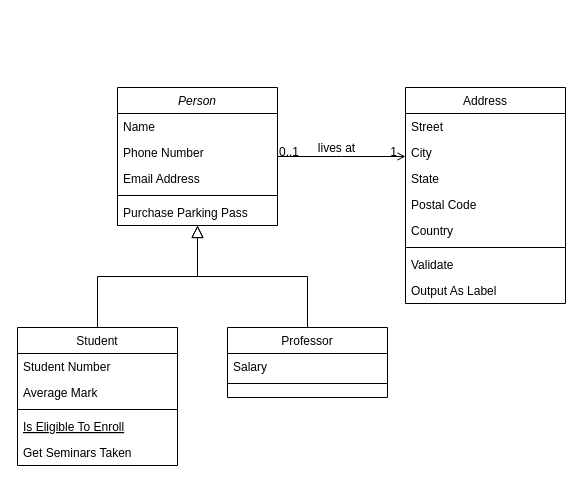
Above: Foodtown-be.drawio in hoangdv2429/foodtown-be (draw.io), before the change. Source tidied: cells renumbered, new cells numbered last; positions are measured from the earlier drawing's top-left corner, leaving out a move shared by most shapes. Both pictures are drawn from the tidied source at 100%, with x=0, y=0 at pixel (17, 87).
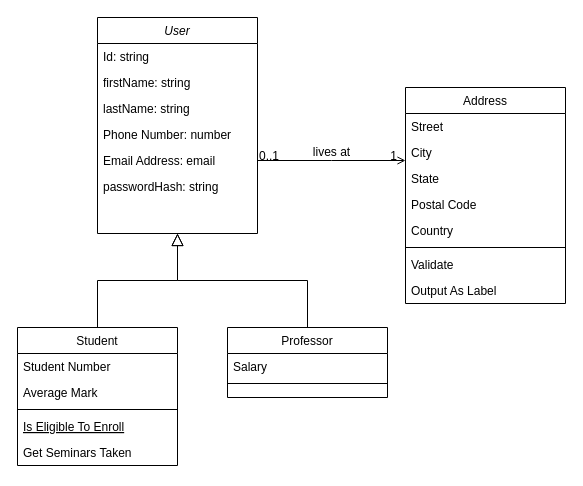
The same page after the edit.

What changed in the source:
```diff
@@
-    <mxCell id="2" value="Person" style="swimlane;fontStyle=2;align=center;verticalAlign=top;horizontal=1;startSize=26;rounded=0;shadow=0;strokeWidth=1;" parent="1" vertex="1">
-      <mxGeometry x="100" width="160" height="138" as="geometry" />
+    <mxCell id="2" value="User" style="swimlane;fontStyle=2;align=center;verticalAlign=top;horizontal=1;startSize=26;rounded=0;shadow=0;strokeWidth=1;" parent="1" vertex="1">
+      <mxGeometry x="80" y="-70" width="160" height="216" as="geometry" />
     </mxCell>
+    <mxCell id="32" value="Id: string" style="text;align=left;verticalAlign=top;spacingLeft=4;spacingRight=4;overflow=hidden;" parent="2" vertex="1">
+      <mxGeometry y="26" width="160" height="26" as="geometry" />
+    </mxCell>
-    <mxCell id="3" value="Name" style="text;align=left;verticalAlign=top;spacingLeft=4;spacingRight=4;overflow=hidden;" parent="2" vertex="1">
-      <mxGeometry y="26" width="160" height="26" as="geometry" />
+    <mxCell id="3" value="firstName: string" style="text;align=left;verticalAlign=top;spacingLeft=4;spacingRight=4;overflow=hidden;" parent="2" vertex="1">
+      <mxGeometry y="52" width="160" height="26" as="geometry" />
     </mxCell>
+    <mxCell id="33" value="lastName: string" style="text;align=left;verticalAlign=top;spacingLeft=4;spacingRight=4;overflow=hidden;" parent="2" vertex="1">
+      <mxGeometry y="78" width="160" height="26" as="geometry" />
+    </mxCell>
-    <mxCell id="4" value="Phone Number" style="text;align=left;verticalAlign=top;spacingLeft=4;spacingRight=4;overflow=hidden;rounded=0;shadow=0;html=0;" parent="2" vertex="1">
-      <mxGeometry y="52" width="160" height="26" as="geometry" />
+    <mxCell id="4" value="Phone Number: number" style="text;align=left;verticalAlign=top;spacingLeft=4;spacingRight=4;overflow=hidden;rounded=0;shadow=0;html=0;" parent="2" vertex="1">
+      <mxGeometry y="104" width="160" height="26" as="geometry" />
     </mxCell>
-    <mxCell id="5" value="Email Address" style="text;align=left;verticalAlign=top;spacingLeft=4;spacingRight=4;overflow=hidden;rounded=0;shadow=0;html=0;" parent="2" vertex="1">
-      <mxGeometry y="78" width="160" height="26" as="geometry" />
+    <mxCell id="5" value="Email Address: email" style="text;align=left;verticalAlign=top;spacingLeft=4;spacingRight=4;overflow=hidden;rounded=0;shadow=0;html=0;" parent="2" vertex="1">
+      <mxGeometry y="130" width="160" height="26" as="geometry" />
     </mxCell>
-    <mxCell id="6" style="line;html=1;strokeWidth=1;align=left;verticalAlign=middle;spacingTop=-1;spacingLeft=3;spacingRight=3;labelPosition=right;" parent="2" vertex="1">
-      <mxGeometry y="104" width="160" height="8" as="geometry" />
-    </mxCell>
-    <mxCell id="7" value="Purchase Parking Pass" style="text;align=left;verticalAlign=top;spacingLeft=4;spacingRight=4;overflow=hidden;" parent="2" vertex="1">
-      <mxGeometry y="112" width="160" height="26" as="geometry" />
-    </mxCell>
+    <mxCell id="34" value="passwordHash: string" style="text;align=left;verticalAlign=top;spacingLeft=4;spacingRight=4;overflow=hidden;rounded=0;shadow=0;html=0;" parent="2" vertex="1">
+      <mxGeometry y="156" width="160" height="26" as="geometry" />
+    </mxCell>
```
